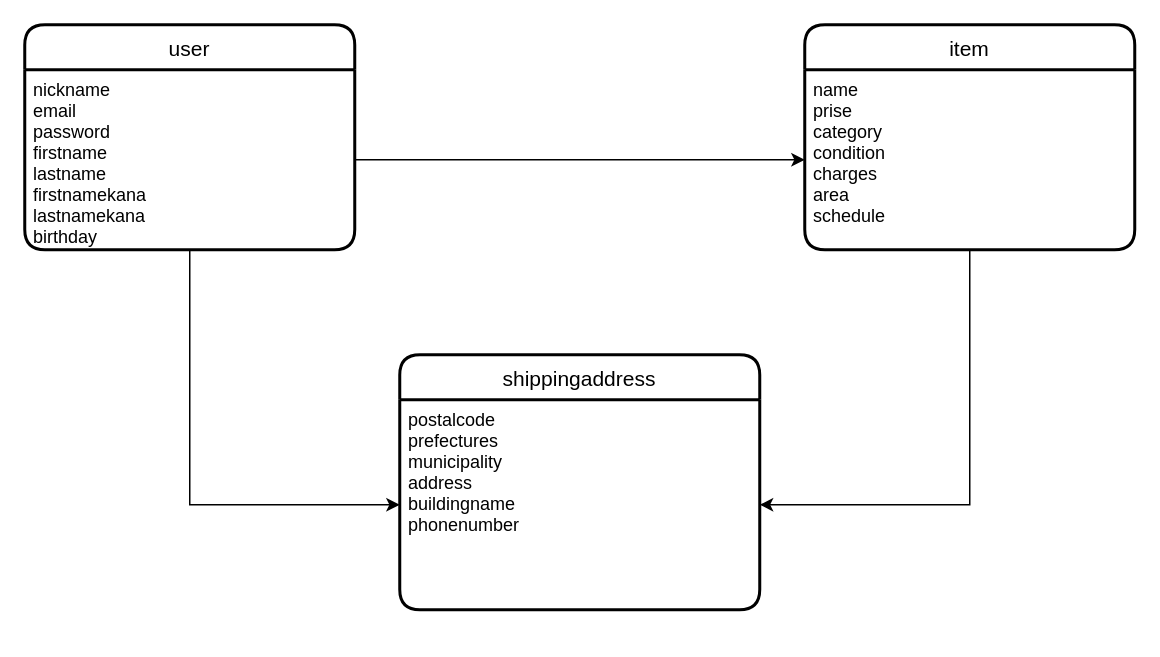
Before: furima.dio in tmgg1212/furima-33015, a draw.io diagram. Source tidied: cells renumbered, new cells numbered last; positions are measured from the earlier drawing's top-left corner, leaving out a move shared by most shapes. Both pictures are drawn from the tidied source at 150%, with x=0, y=0 at pixel (24, 24).
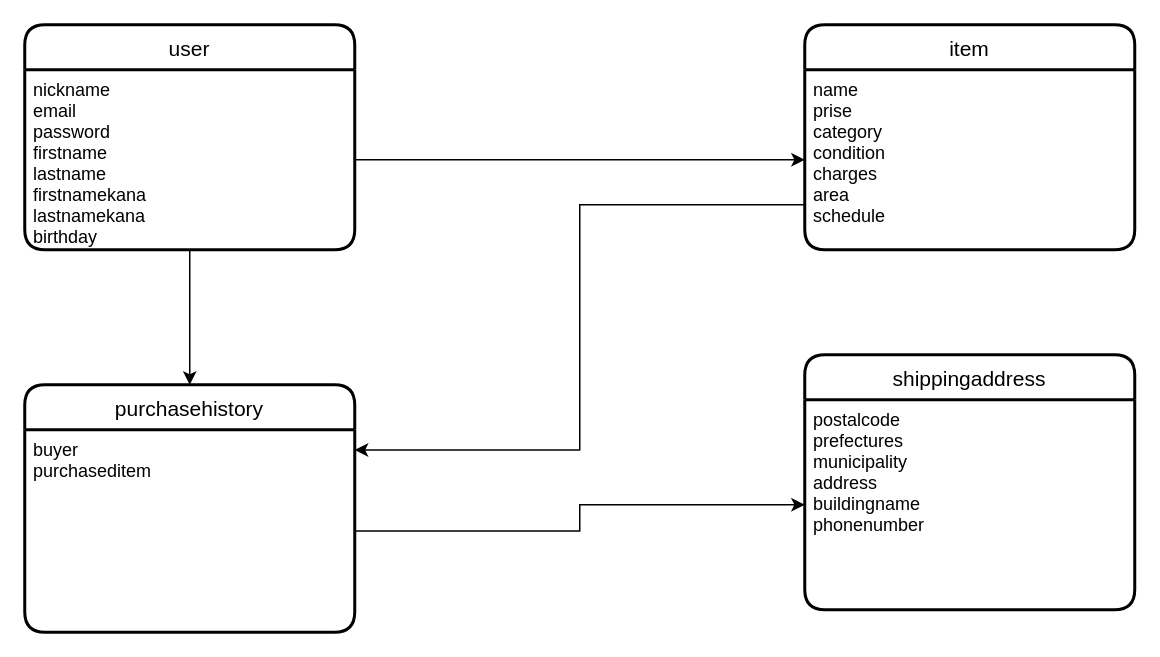
After the change.

Change to the diagram source:
```diff
@@
 <mxGraphModel>
   <root>
     <mxCell id="0" />
     <mxCell id="1" parent="0" />
     <mxCell id="2" value="user" style="swimlane;horizontal=1;startSize=30;rounded=1;fontSize=14;fontStyle=0;strokeWidth=2;shadow=0;dashed=0;align=center;" parent="1" vertex="1">
       <mxGeometry width="220" height="150" as="geometry" />
     </mxCell>
     <mxCell id="3" value="nickname&#10;email&#10;password&#10;firstname&#10;lastname&#10;firstnamekana&#10;lastnamekana&#10;birthday&#10;&#10;" style="align=left;strokeColor=none;fillColor=none;spacingLeft=4;fontSize=12;verticalAlign=top;" parent="2" vertex="1">
       <mxGeometry y="30" width="220" height="120" as="geometry" />
     </mxCell>
     <mxCell id="4" value="item" style="swimlane;horizontal=1;startSize=30;rounded=1;fontSize=14;fontStyle=0;strokeWidth=2;shadow=0;dashed=0;align=center;" parent="1" vertex="1">
       <mxGeometry x="520" width="220" height="150" as="geometry" />
     </mxCell>
     <mxCell id="5" style="edgeStyle=orthogonalEdgeStyle;rounded=0;orthogonalLoop=1;jettySize=auto;html=1;exitX=0.5;exitY=1;exitDx=0;exitDy=0;" parent="4" edge="1" source="6" target="6">
       <mxGeometry relative="1" as="geometry" />
     </mxCell>
     <mxCell id="6" value="name&#10;prise&#10;category&#10;condition&#10;charges&#10;area&#10;schedule" style="align=left;strokeColor=none;fillColor=none;spacingLeft=4;fontSize=12;verticalAlign=top;" parent="4" vertex="1">
       <mxGeometry y="30" width="220" height="120" as="geometry" />
     </mxCell>
     <mxCell id="7" style="edgeStyle=orthogonalEdgeStyle;rounded=0;jettySize=auto;html=1;exitX=1;exitY=0.5;exitDx=0;exitDy=0;entryX=0;entryY=0.5;entryDx=0;entryDy=0;" parent="1" edge="1" source="3" target="6">
       <mxGeometry relative="1" as="geometry" />
     </mxCell>
     <mxCell id="8" value="shippingaddress" style="swimlane;horizontal=1;startSize=30;rounded=1;fontSize=14;fontStyle=0;strokeWidth=2;shadow=0;dashed=0;align=center;" parent="1" vertex="1">
-      <mxGeometry x="250" y="220" width="240" height="170" as="geometry" />
+      <mxGeometry x="520" y="220" width="220" height="170" as="geometry" />
     </mxCell>
     <mxCell id="9" value="postalcode&#10;prefectures&#10;municipality&#10;address&#10;buildingname&#10;phonenumber" style="align=left;strokeColor=none;fillColor=none;spacingLeft=4;fontSize=12;verticalAlign=top;" parent="8" vertex="1">
-      <mxGeometry y="30" width="240" height="140" as="geometry" />
+      <mxGeometry y="30" width="220" height="140" as="geometry" />
     </mxCell>
-    <mxCell id="10" style="edgeStyle=orthogonalEdgeStyle;rounded=0;jettySize=auto;html=1;exitX=0.5;exitY=1;exitDx=0;exitDy=0;entryX=1;entryY=0.5;entryDx=0;entryDy=0;" parent="1" edge="1" source="6" target="9">
-      <mxGeometry relative="1" as="geometry" />
-    </mxCell>
-    <mxCell id="11" style="edgeStyle=orthogonalEdgeStyle;rounded=0;jettySize=auto;html=1;exitX=0.5;exitY=1;exitDx=0;exitDy=0;entryX=0;entryY=0.5;entryDx=0;entryDy=0;" parent="1" edge="1" source="3" target="9">
-      <mxGeometry relative="1" as="geometry" />
-    </mxCell>
+    <mxCell id="12" value="purchasehistory" style="swimlane;horizontal=1;startSize=30;rounded=1;fontSize=14;fontStyle=0;strokeWidth=2;shadow=0;dashed=0;align=center;" parent="1" vertex="1">
+      <mxGeometry y="240" width="220" height="165" as="geometry" />
+    </mxCell>
+    <mxCell id="13" value="buyer&#10;purchaseditem&#10;&#10;" style="align=left;strokeColor=none;fillColor=none;spacingLeft=4;fontSize=12;verticalAlign=top;" parent="12" vertex="1">
+      <mxGeometry y="30" width="220" height="135" as="geometry" />
+    </mxCell>
+    <mxCell id="14" style="edgeStyle=orthogonalEdgeStyle;rounded=0;jettySize=auto;html=1;exitX=1;exitY=0.5;exitDx=0;exitDy=0;entryX=0;entryY=0.5;entryDx=0;entryDy=0;" parent="1" edge="1" source="13" target="9">
+      <mxGeometry relative="1" as="geometry" />
+    </mxCell>
+    <mxCell id="15" style="edgeStyle=orthogonalEdgeStyle;rounded=0;jettySize=auto;html=1;exitX=0.5;exitY=1;exitDx=0;exitDy=0;entryX=0.5;entryY=0;entryDx=0;entryDy=0;" parent="1" edge="1" source="3" target="12">
+      <mxGeometry relative="1" as="geometry" />
+    </mxCell>
+    <mxCell id="16" style="edgeStyle=orthogonalEdgeStyle;rounded=0;jettySize=auto;html=1;exitX=0;exitY=0.75;exitDx=0;exitDy=0;entryX=1;entryY=0.1;entryDx=0;entryDy=0;entryPerimeter=0;" parent="1" edge="1" source="6" target="13">
+      <mxGeometry relative="1" as="geometry" />
+    </mxCell>
   </root>
 </mxGraphModel>
```
